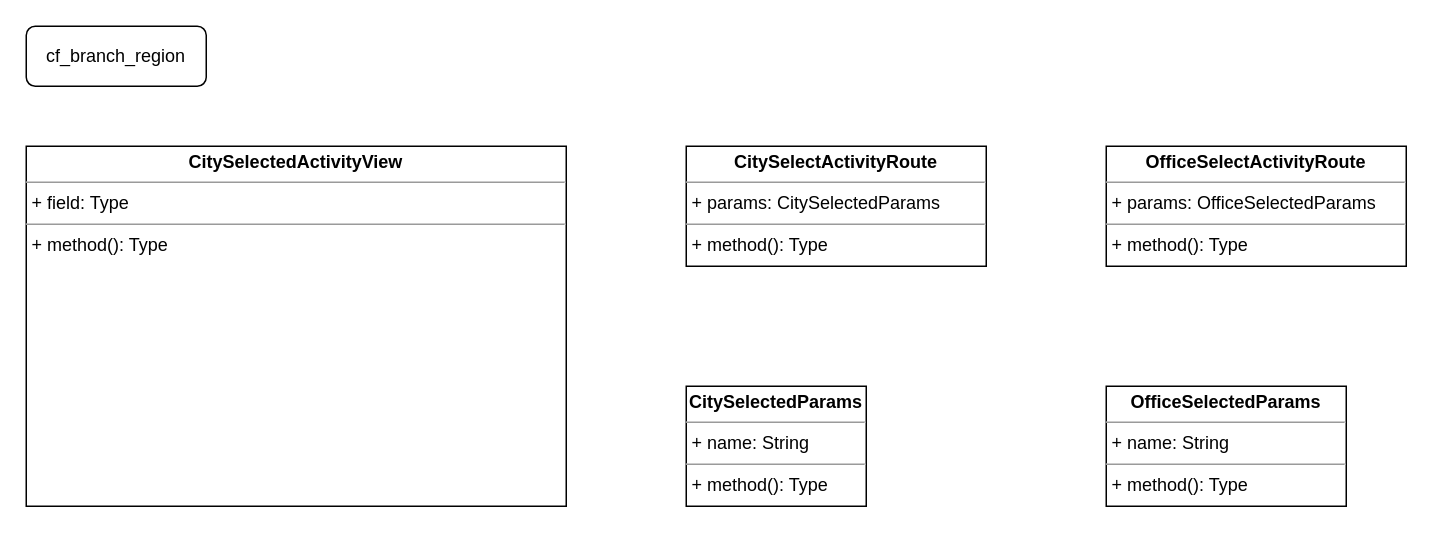
Before: UNI-15928.drawio in ShiryaevNikolay/diagrams, a draw.io diagram. Source tidied: cells renumbered, new cells numbered last; positions are measured from the earlier drawing's top-left corner, leaving out a move shared by most shapes. Both pictures are drawn from the tidied source at 150%, with x=0, y=0 at pixel (26, 26).
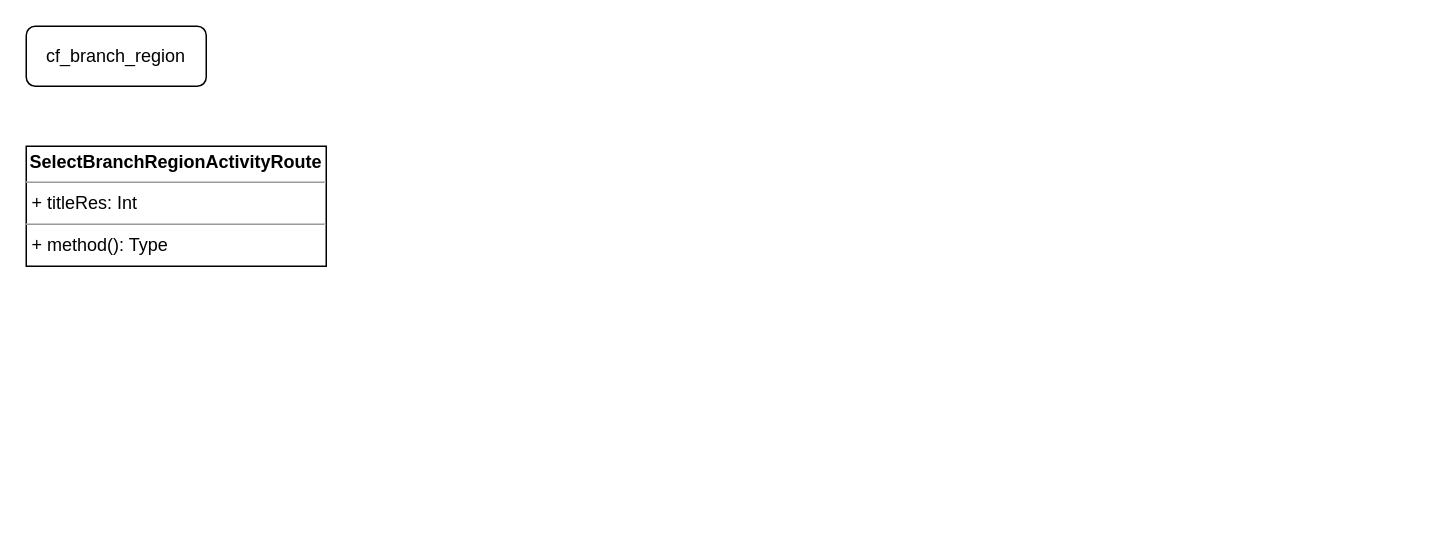
The same page after the edit.

The edit, as a diff of the source:
```diff
@@
 <mxGraphModel>
   <root>
     <mxCell id="0" />
     <mxCell id="1" parent="0" />
-    <mxCell id="2" value="&lt;p style=&quot;margin: 0px ; margin-top: 4px ; text-align: center&quot;&gt;&lt;b&gt;CitySelectedActivityView&lt;/b&gt;&lt;/p&gt;&lt;hr size=&quot;1&quot;&gt;&lt;p style=&quot;margin: 0px ; margin-left: 4px&quot;&gt;+ field: Type&lt;/p&gt;&lt;hr size=&quot;1&quot;&gt;&lt;p style=&quot;margin: 0px ; margin-left: 4px&quot;&gt;+ method(): Type&lt;/p&gt;" style="verticalAlign=top;align=left;overflow=fill;fontSize=12;fontFamily=Helvetica;html=1;" parent="1" vertex="1">
-      <mxGeometry y="80" width="360" height="240" as="geometry" />
-    </mxCell>
-    <mxCell id="3" value="&lt;p style=&quot;margin: 0px ; margin-top: 4px ; text-align: center&quot;&gt;&lt;b&gt;CitySelectActivityRoute&lt;/b&gt;&lt;/p&gt;&lt;hr size=&quot;1&quot;&gt;&lt;p style=&quot;margin: 0px ; margin-left: 4px&quot;&gt;+ params: CitySelectedParams&lt;br&gt;&lt;/p&gt;&lt;hr size=&quot;1&quot;&gt;&lt;p style=&quot;margin: 0px ; margin-left: 4px&quot;&gt;+ method(): Type&lt;/p&gt;" style="verticalAlign=top;align=left;overflow=fill;fontSize=12;fontFamily=Helvetica;html=1;" parent="1" vertex="1">
-      <mxGeometry x="440" y="80" width="200" height="80" as="geometry" />
-    </mxCell>
-    <mxCell id="4" value="&lt;p style=&quot;margin: 0px ; margin-top: 4px ; text-align: center&quot;&gt;&lt;b&gt;CitySelectedParams&lt;/b&gt;&lt;br&gt;&lt;/p&gt;&lt;hr size=&quot;1&quot;&gt;&lt;p style=&quot;margin: 0px ; margin-left: 4px&quot;&gt;+ name: String&lt;/p&gt;&lt;hr size=&quot;1&quot;&gt;&lt;p style=&quot;margin: 0px ; margin-left: 4px&quot;&gt;+ method(): Type&lt;/p&gt;" style="verticalAlign=top;align=left;overflow=fill;fontSize=12;fontFamily=Helvetica;html=1;" parent="1" vertex="1">
-      <mxGeometry x="440" y="240" width="120" height="80" as="geometry" />
-    </mxCell>
-    <mxCell id="5" value="&lt;p style=&quot;margin: 0px ; margin-top: 4px ; text-align: center&quot;&gt;&lt;b&gt;OfficeSelectActivityRoute&lt;/b&gt;&lt;/p&gt;&lt;hr size=&quot;1&quot;&gt;&lt;p style=&quot;margin: 0px ; margin-left: 4px&quot;&gt;+ params: OfficeSelectedParams&lt;br&gt;&lt;/p&gt;&lt;hr size=&quot;1&quot;&gt;&lt;p style=&quot;margin: 0px ; margin-left: 4px&quot;&gt;+ method(): Type&lt;/p&gt;" style="verticalAlign=top;align=left;overflow=fill;fontSize=12;fontFamily=Helvetica;html=1;" parent="1" vertex="1">
-      <mxGeometry x="720" y="80" width="200" height="80" as="geometry" />
-    </mxCell>
-    <mxCell id="6" value="&lt;p style=&quot;margin: 0px ; margin-top: 4px ; text-align: center&quot;&gt;&lt;b&gt;OfficeSelectedParams&lt;/b&gt;&lt;br&gt;&lt;/p&gt;&lt;hr size=&quot;1&quot;&gt;&lt;p style=&quot;margin: 0px ; margin-left: 4px&quot;&gt;+ name: String&lt;/p&gt;&lt;hr size=&quot;1&quot;&gt;&lt;p style=&quot;margin: 0px ; margin-left: 4px&quot;&gt;+ method(): Type&lt;/p&gt;" style="verticalAlign=top;align=left;overflow=fill;fontSize=12;fontFamily=Helvetica;html=1;" parent="1" vertex="1">
-      <mxGeometry x="720" y="240" width="160" height="80" as="geometry" />
-    </mxCell>
     <mxCell id="7" value="cf_branch_region" style="rounded=1;whiteSpace=wrap;html=1;" parent="1" vertex="1">
       <mxGeometry width="120" height="40" as="geometry" />
     </mxCell>
+    <mxCell id="8" value="&lt;p style=&quot;margin: 0px ; margin-top: 4px ; text-align: center&quot;&gt;&lt;b&gt;SelectBranchRegionActivityRoute&lt;/b&gt;&lt;/p&gt;&lt;hr size=&quot;1&quot;&gt;&lt;p style=&quot;margin: 0px ; margin-left: 4px&quot;&gt;+ titleRes: Int&lt;br&gt;&lt;/p&gt;&lt;hr size=&quot;1&quot;&gt;&lt;p style=&quot;margin: 0px ; margin-left: 4px&quot;&gt;+ method(): Type&lt;/p&gt;" style="verticalAlign=top;align=left;overflow=fill;fontSize=12;fontFamily=Helvetica;html=1;" parent="1" vertex="1">
+      <mxGeometry y="80" width="200" height="80" as="geometry" />
+    </mxCell>
   </root>
 </mxGraphModel>
```
